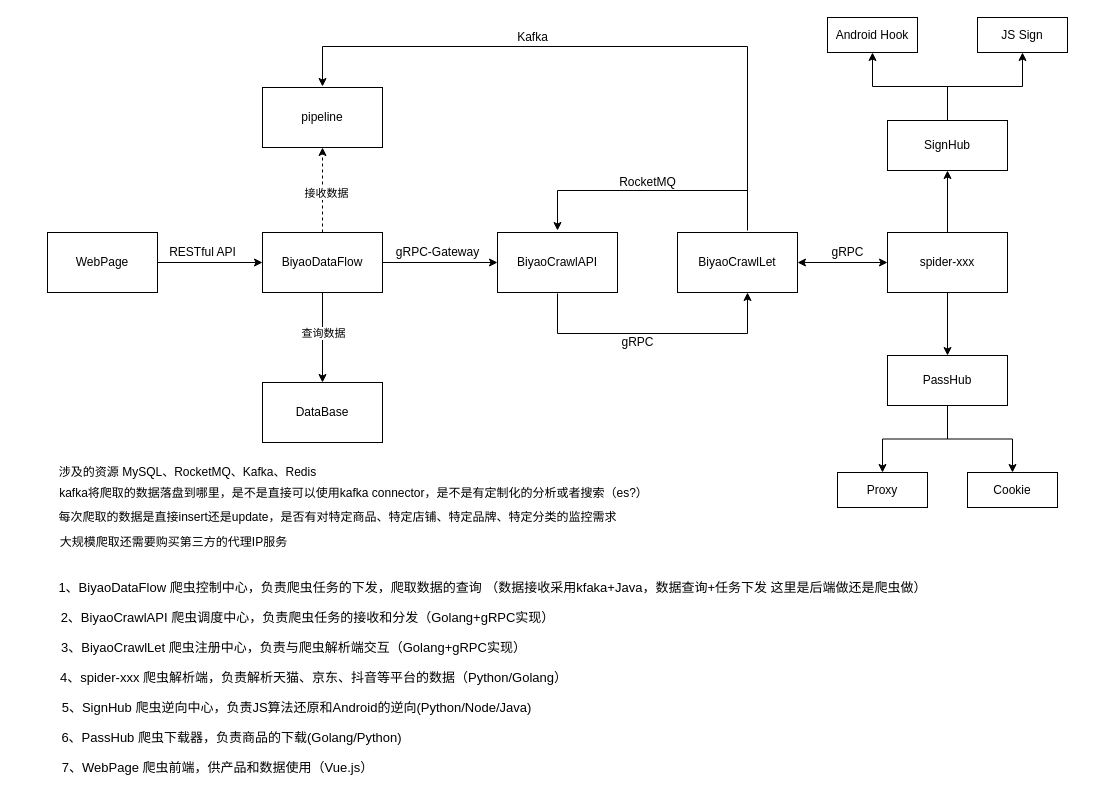
This is Untitled Diagram.drawio from fovegage/argocd-lab, a draw.io file, before an edit. Source tidied: cells renumbered, new cells numbered last; positions are measured from the earlier drawing's top-left corner, leaving out a move shared by most shapes. Both pictures are drawn from the tidied source at 100%, with x=0, y=0 at pixel (47, 17).
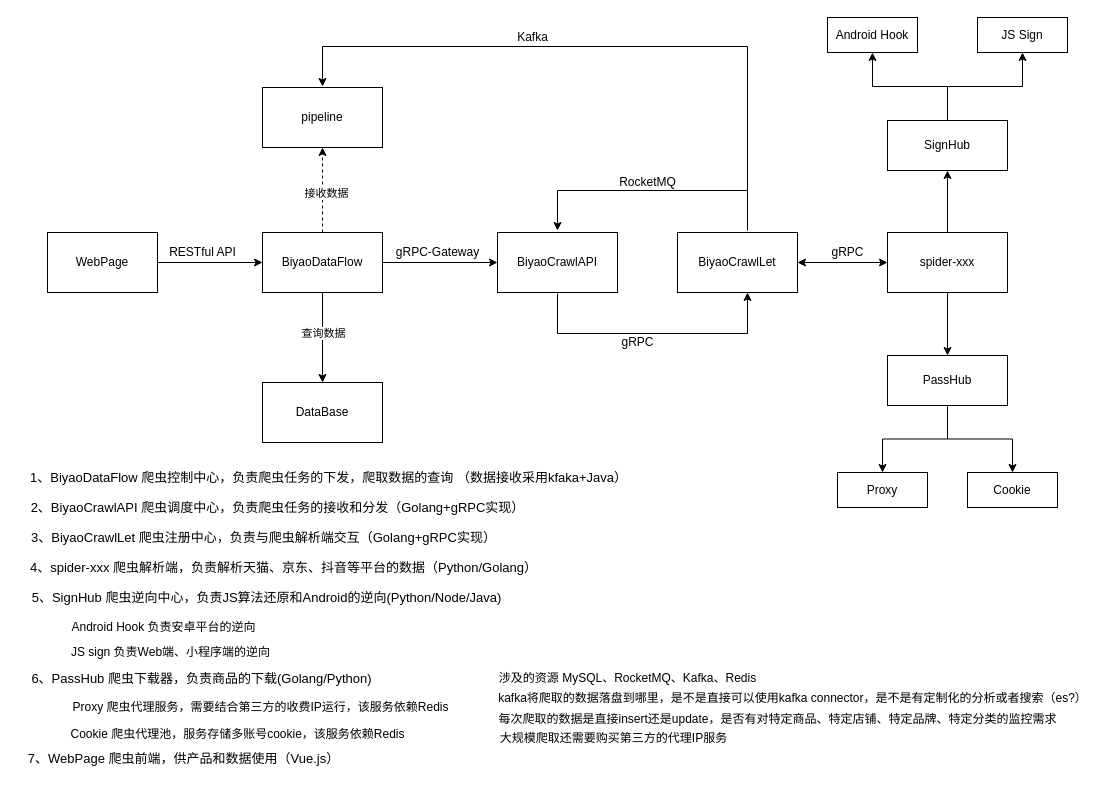
The same page after the edit.

Diff of the diagram source:
```diff
@@
-    <mxCell id="33" value="1、BiyaoDataFlow 爬虫控制中心，负责爬虫任务的下发，爬取数据的查询 （数据接收采用kfaka+Java，数据查询+任务下发 这里是后端做还是爬虫做）" style="text;html=1;align=center;verticalAlign=middle;strokeColor=none;fillColor=none;fontSize=13;" parent="1" vertex="1">
-      <mxGeometry y="555" width="890" height="30" as="geometry" />
+    <mxCell id="33" value="1、BiyaoDataFlow 爬虫控制中心，负责爬虫任务的下发，爬取数据的查询 （数据接收采用kfaka+Java）" style="text;html=1;align=center;verticalAlign=middle;strokeColor=none;fillColor=none;fontSize=13;" parent="1" vertex="1">
+      <mxGeometry x="-29" y="445" width="620" height="30" as="geometry" />
     </mxCell>
     <mxCell id="34" value="2、BiyaoCrawlAPI 爬虫调度中心，负责爬虫任务的接收和分发（Golang+gRPC实现）" style="text;html=1;align=center;verticalAlign=middle;strokeColor=none;fillColor=none;fontSize=13;" parent="1" vertex="1">
-      <mxGeometry y="585" width="520" height="30" as="geometry" />
+      <mxGeometry x="-30" y="475" width="520" height="30" as="geometry" />
     </mxCell>
     <mxCell id="35" value="3、BiyaoCrawlLet 爬虫注册中心，负责与爬虫解析端交互（Golang+gRPC实现）" style="text;html=1;align=center;verticalAlign=middle;strokeColor=none;fillColor=none;fontSize=13;" parent="1" vertex="1">
-      <mxGeometry x="1" y="615" width="490" height="30" as="geometry" />
+      <mxGeometry x="-29" y="505" width="490" height="30" as="geometry" />
     </mxCell>
     <mxCell id="36" value="4、spider-xxx 爬虫解析端，负责解析天猫、京东、抖音等平台的数据（Python/Golang）" style="text;html=1;align=center;verticalAlign=middle;strokeColor=none;fillColor=none;fontSize=13;" parent="1" vertex="1">
-      <mxGeometry x="1" y="645" width="530" height="30" as="geometry" />
+      <mxGeometry x="-29" y="535" width="530" height="30" as="geometry" />
     </mxCell>
     <mxCell id="37" value="5、SignHub 爬虫逆向中心，负责JS算法还原和Android的逆向(Python/Node/Java)" style="text;html=1;align=center;verticalAlign=middle;strokeColor=none;fillColor=none;fontSize=13;" parent="1" vertex="1">
-      <mxGeometry x="4" y="675" width="490" height="30" as="geometry" />
+      <mxGeometry x="-26" y="565" width="490" height="30" as="geometry" />
     </mxCell>
@@
-    <mxCell id="42" value="6、PassHub 爬虫下载器，负责商品的下载(Golang/Python)" style="text;html=1;align=center;verticalAlign=middle;strokeColor=none;fillColor=none;fontSize=13;" parent="1" vertex="1">
-      <mxGeometry x="4" y="705" width="360" height="30" as="geometry" />
+    <mxCell id="42" value="6、PassHub 爬虫下载器，负责商品的下载(Golang/Python)&lt;br&gt;" style="text;html=1;align=center;verticalAlign=middle;strokeColor=none;fillColor=none;fontSize=13;" parent="1" vertex="1">
+      <mxGeometry x="-26" y="646" width="360" height="30" as="geometry" />
     </mxCell>
     <mxCell id="43" value="7、WebPage 爬虫前端，供产品和数据使用（Vue.js）" style="text;html=1;align=center;verticalAlign=middle;strokeColor=none;fillColor=none;fontSize=13;" parent="1" vertex="1">
-      <mxGeometry x="5" y="735" width="330" height="30" as="geometry" />
+      <mxGeometry x="-29" y="726" width="330" height="30" as="geometry" />
     </mxCell>
     <mxCell id="44" value="涉及的资源 MySQL、RocketMQ、Kafka、Redis" style="text;html=1;align=center;verticalAlign=middle;strokeColor=none;fillColor=none;" parent="1" vertex="1">
-      <mxGeometry y="440" width="280" height="30" as="geometry" />
+      <mxGeometry x="440" y="646" width="280" height="30" as="geometry" />
     </mxCell>
     <mxCell id="45" value="kafka将爬取的数据落盘到哪里，是不是直接可以使用kafka connector，是不是有定制化的分析或者搜索（es?）" style="text;html=1;align=center;verticalAlign=middle;strokeColor=none;fillColor=none;" parent="1" vertex="1">
-      <mxGeometry x="1" y="461" width="610" height="30" as="geometry" />
+      <mxGeometry x="440" y="666" width="610" height="30" as="geometry" />
     </mxCell>
     <mxCell id="46" value="每次爬取的数据是直接insert还是update，是否有对特定商品、特定店铺、特定品牌、特定分类的监控需求" style="text;html=1;align=center;verticalAlign=middle;strokeColor=none;fillColor=none;" parent="1" vertex="1">
-      <mxGeometry y="485" width="580" height="30" as="geometry" />
+      <mxGeometry x="440" y="687" width="580" height="30" as="geometry" />
     </mxCell>
     <mxCell id="47" value="大规模爬取还需要购买第三方的代理IP服务" style="text;html=1;align=center;verticalAlign=middle;strokeColor=none;fillColor=none;" parent="1" vertex="1">
-      <mxGeometry x="1" y="510" width="250" height="30" as="geometry" />
+      <mxGeometry x="441" y="706" width="250" height="30" as="geometry" />
     </mxCell>
+    <mxCell id="48" value="Proxy 爬虫代理服务，需要结合第三方的收费IP运行，该服务依赖Redis" style="text;html=1;align=center;verticalAlign=middle;strokeColor=none;fillColor=none;" parent="1" vertex="1">
+      <mxGeometry x="13" y="675" width="400" height="30" as="geometry" />
+    </mxCell>
+    <mxCell id="49" value="Cookie 爬虫代理池，服务存储多账号cookie，该服务依赖Redis" style="text;html=1;align=center;verticalAlign=middle;strokeColor=none;fillColor=none;" parent="1" vertex="1">
+      <mxGeometry x="10" y="702" width="360" height="30" as="geometry" />
+    </mxCell>
+    <mxCell id="50" value="Android Hook 负责安卓平台的逆向" style="text;html=1;align=center;verticalAlign=middle;strokeColor=none;fillColor=none;" parent="1" vertex="1">
+      <mxGeometry x="11" y="595" width="210" height="30" as="geometry" />
+    </mxCell>
+    <mxCell id="51" value="JS sign 负责Web端、小程序端的逆向" style="text;html=1;align=center;verticalAlign=middle;strokeColor=none;fillColor=none;" parent="1" vertex="1">
+      <mxGeometry x="13" y="620" width="220" height="30" as="geometry" />
+    </mxCell>
```
